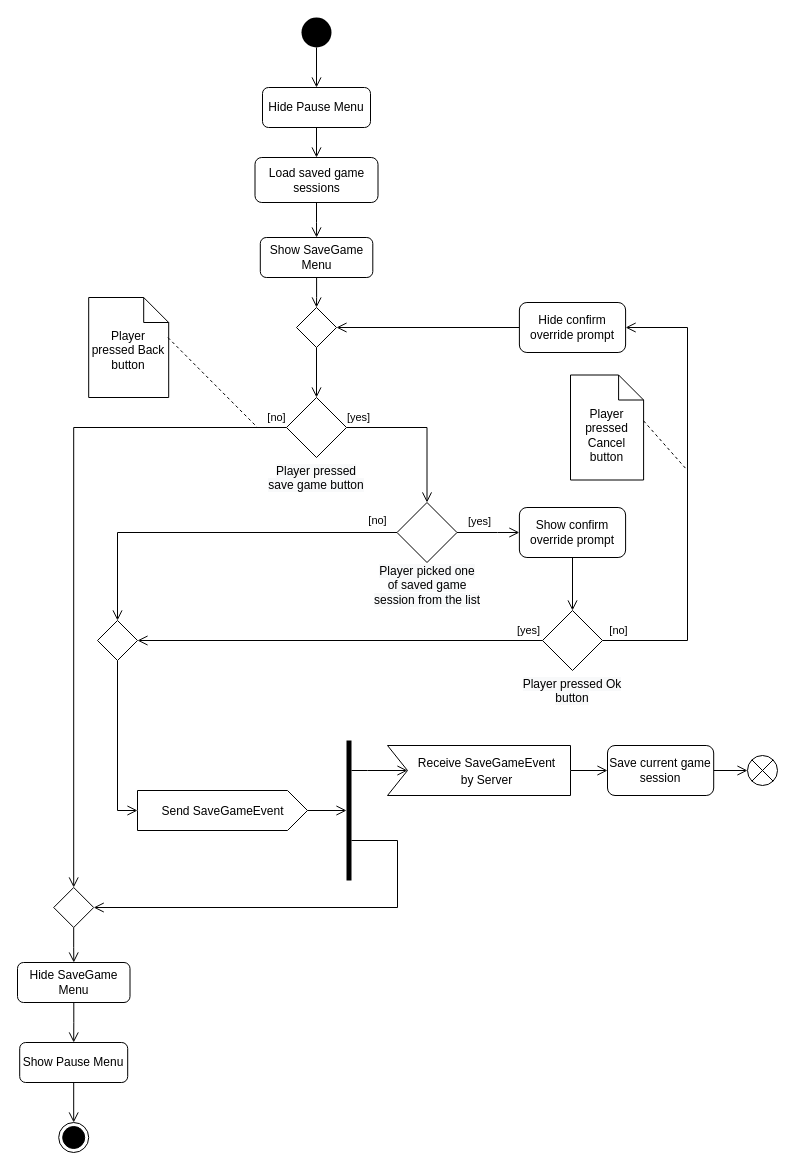
The draw.io diagram doc/activity_diagrams/singleplayer/save_game.drawio in TadekBiela/heisttown, before the edit. Source tidied: cells renumbered, new cells numbered last; positions are measured from the earlier drawing's top-left corner, leaving out a move shared by most shapes. Both pictures are drawn from the tidied source at 100%, with x=0, y=0 at pixel (17, 17).
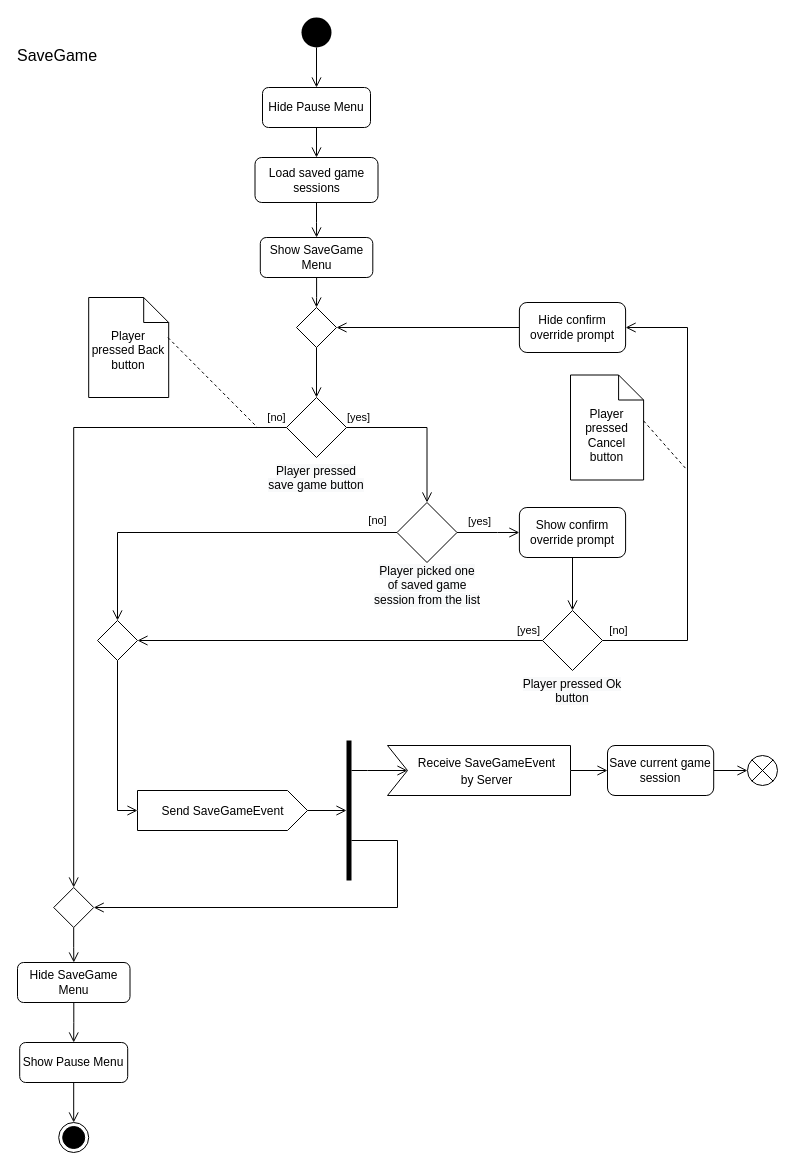
After the change.

Commit message (it also covers changes not shown here):
Update save game singleplayer activity diagram

The edit, as a diff of the source:
```diff
@@
+    <mxCell id="52" value="SaveGame" style="text;html=1;strokeColor=none;fillColor=none;align=center;verticalAlign=middle;whiteSpace=wrap;rounded=0;fontSize=16;" parent="1" vertex="1">
+      <mxGeometry y="23" width="80" height="30" as="geometry" />
+    </mxCell>
```
